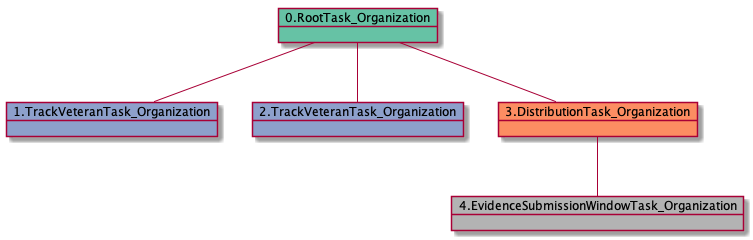
Earlier version of the PlantUML export docs-ES/uml/RTO.TVTO.TVTO.DTO.ESWTO-40894.png (yoomlam/graphing).
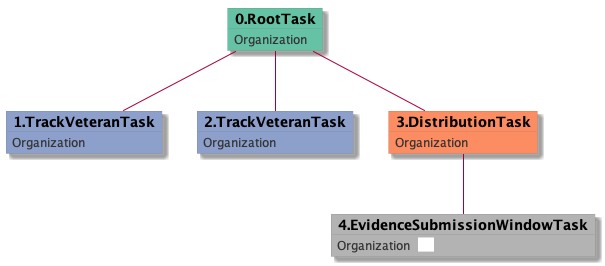
Later version of the same file.

Change to the diagram source:
```diff
@@ -1,11 +1,29 @@
 @startuml
-object 0.RootTask_Organization #66c2a5
-object 1.TrackVeteranTask_Organization #8da0cb
-object 2.TrackVeteranTask_Organization #8da0cb
-object 3.DistributionTask_Organization #fc8d62
-object 4.EvidenceSubmissionWindowTask_Organization #b3b3b3
-0.RootTask_Organization -- 1.TrackVeteranTask_Organization
-0.RootTask_Organization -- 2.TrackVeteranTask_Organization
-0.RootTask_Organization -- 3.DistributionTask_Organization
-3.DistributionTask_Organization -- 4.EvidenceSubmissionWindowTask_Organization
+skinparam {
+  ObjectBorderColor #555
+  ObjectBorderThickness 0
+  ObjectFontStyle bold
+  ObjectFontSize 14
+  ObjectAttributeFontColor #333
+  ObjectAttributeFontSize 12
+}
+  object 0.RootTask #66c2a5 {
+Organization
+}
+  object 1.TrackVeteranTask #8da0cb {
+Organization
+}
+  object 2.TrackVeteranTask #8da0cb {
+Organization
+}
+  object 3.DistributionTask #fc8d62 {
+Organization
+}
+  object 4.EvidenceSubmissionWindowTask #b3b3b3 {
+Organization  <back:white>    </back>
+}
+0.RootTask -- 1.TrackVeteranTask
+0.RootTask -- 2.TrackVeteranTask
+0.RootTask -- 3.DistributionTask
+3.DistributionTask -- 4.EvidenceSubmissionWindowTask
 @enduml
```
